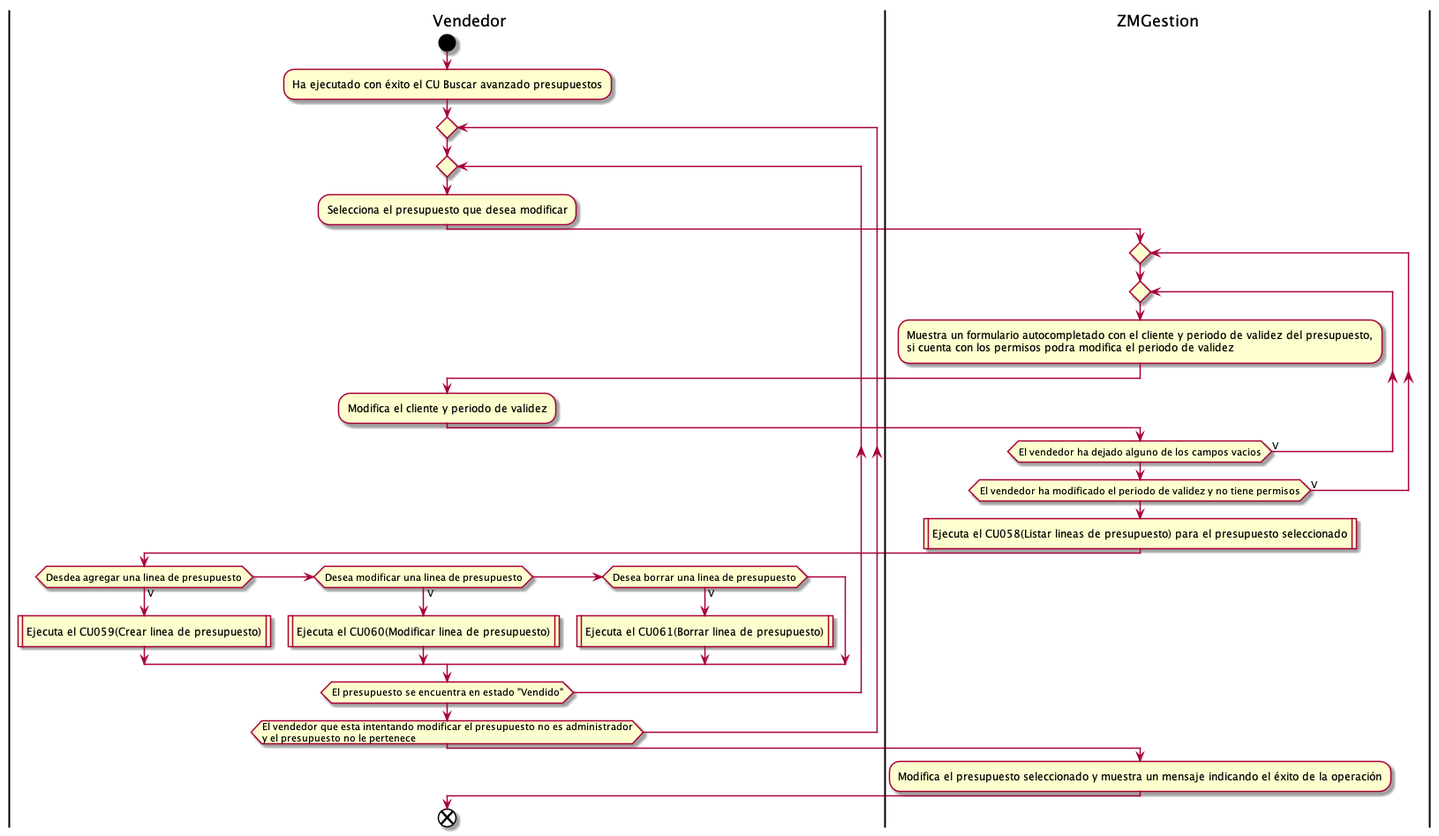
Above: Informe Final/Imagenes/DiagramasActividad/DiagramaDeActividad/modificarPresupuesto.png in ZMGestion/DocumentacionZMGestion (PlantUML), before the change.
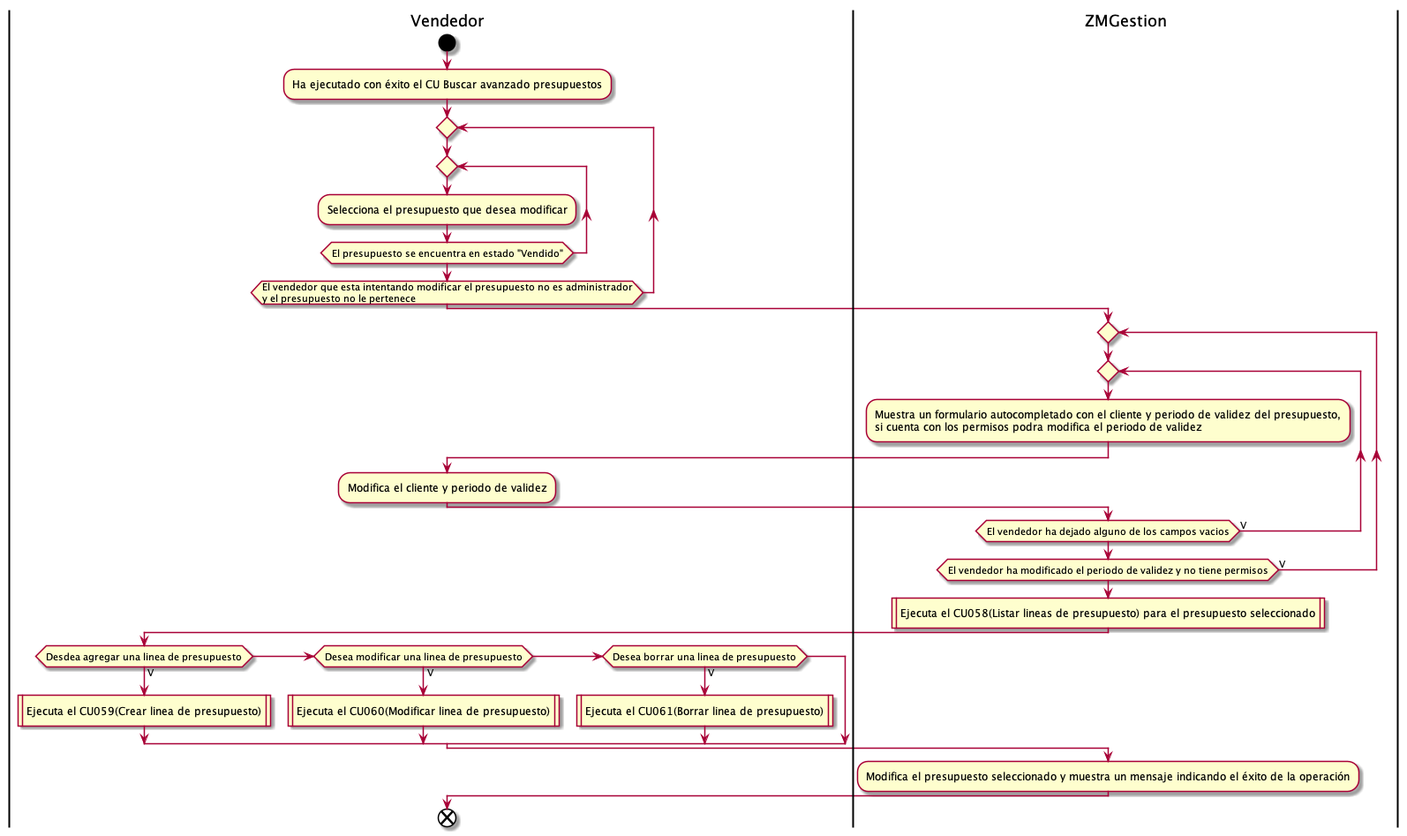
After the change.

What changed in the source:
```diff
@@ -5,6 +5,9 @@
 repeat
 repeat
 :Selecciona el presupuesto que desea modificar;
+repeat while(El presupuesto se encuentra en estado "Vendido")
+repeat while (El vendedor que esta intentando modificar el presupuesto no es administrador
+y el presupuesto no le pertenece)
 |ZMGestion|
 repeat
 repeat
@@ -24,9 +27,6 @@
 else if (Desea borrar una linea de presupuesto) then (V)
 :Ejecuta el CU061(Borrar linea de presupuesto)|
 endif
-repeat while(El presupuesto se encuentra en estado "Vendido")
-repeat while (El vendedor que esta intentando modificar el presupuesto no es administrador
-y el presupuesto no le pertenece)
 |ZMGestion|
 :Modifica el presupuesto seleccionado y muestra un mensaje indicando el éxito de la operación;
 |Vendedor|
```
